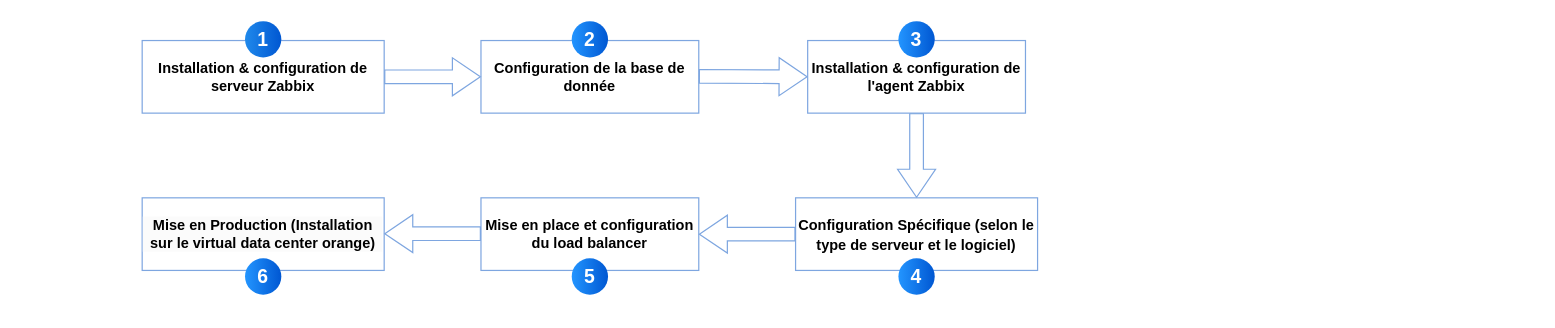
Before: InstallationZabbix.drawio in eya-harbaoui/Diagramms, a draw.io diagram. Source tidied: cells renumbered, new cells numbered last; positions are measured from the earlier drawing's top-left corner, leaving out a move shared by most shapes. Both pictures are drawn from the tidied source at 121%, with x=0, y=0 at pixel (142, 21).
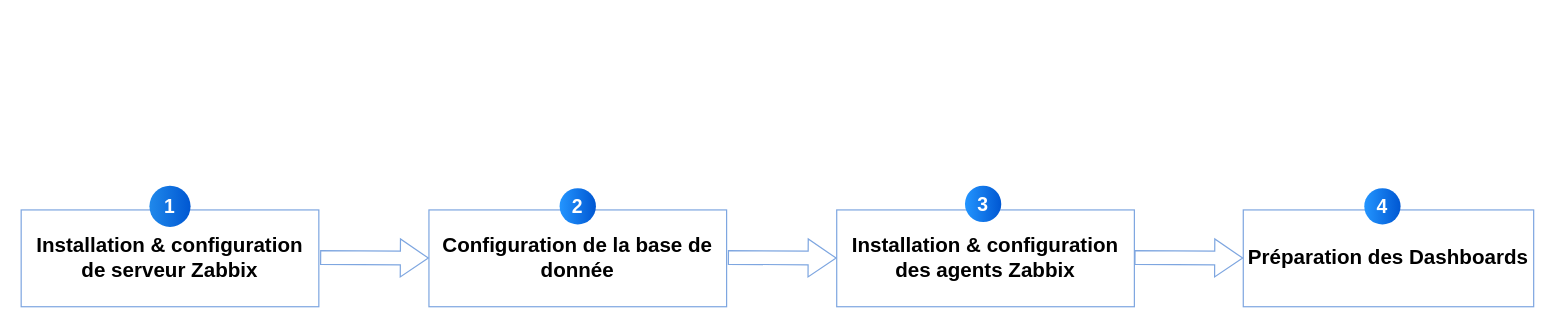
Above is the later version.

Commit message (it also covers changes not shown here):
Mettre à jour InstallationZabbix.drawio

What changed in the source:
```diff
@@
-    <mxCell id="2" value="&lt;p&gt;&lt;strong&gt;Installation &amp;amp; configuration de serveur Zabbix&lt;/strong&gt;&lt;/p&gt;" style="rounded=0;whiteSpace=wrap;html=1;strokeColor=#7EA6E0;" parent="1" vertex="1">
-      <mxGeometry y="16" width="200" height="60" as="geometry" />
+    <mxCell id="2" value="&lt;p&gt;&lt;strong&gt;&lt;font style=&quot;font-size: 17px;&quot;&gt;Installation &amp;amp; configuration de serveur Zabbix&lt;/font&gt;&lt;/strong&gt;&lt;/p&gt;" style="rounded=0;whiteSpace=wrap;html=1;strokeColor=#7EA6E0;" parent="1" vertex="1">
+      <mxGeometry x="-100" y="156" width="246" height="80" as="geometry" />
     </mxCell>
-    <mxCell id="3" value="&lt;p&gt;&lt;strong&gt;Configuration de la base de donnée&lt;/strong&gt;&lt;/p&gt;" style="rounded=0;whiteSpace=wrap;html=1;strokeColor=#7EA6E0;" parent="1" vertex="1">
-      <mxGeometry x="280" y="16" width="180" height="60" as="geometry" />
+    <mxCell id="3" value="&lt;p&gt;&lt;strong&gt;&lt;font style=&quot;font-size: 17px;&quot;&gt;Configuration de la base de donnée&lt;/font&gt;&lt;/strong&gt;&lt;/p&gt;" style="rounded=0;whiteSpace=wrap;html=1;strokeColor=#7EA6E0;" parent="1" vertex="1">
+      <mxGeometry x="237" y="156" width="246" height="80" as="geometry" />
     </mxCell>
-    <mxCell id="4" value="&lt;p&gt;&lt;strong&gt;Installation &amp;amp; configuration de l'agent Zabbix&lt;/strong&gt;&lt;br&gt;&lt;/p&gt;" style="rounded=0;whiteSpace=wrap;html=1;strokeColor=#7EA6E0;" parent="1" vertex="1">
-      <mxGeometry x="550" y="16" width="180" height="60" as="geometry" />
+    <mxCell id="4" value="&lt;p&gt;&lt;strong&gt;&lt;font style=&quot;font-size: 17px;&quot;&gt;Installation &amp;amp; configuration des agents Zabbix&lt;/font&gt;&lt;/strong&gt;&lt;br&gt;&lt;/p&gt;" style="rounded=0;whiteSpace=wrap;html=1;strokeColor=#7EA6E0;" parent="1" vertex="1">
+      <mxGeometry x="574" y="156" width="246" height="80" as="geometry" />
     </mxCell>
-    <mxCell id="5" value="&lt;p&gt;&lt;/p&gt;&lt;ul style=&quot;forced-color-adjust: none; color: rgb(0, 0, 0); font-family: Helvetica; font-size: 12px; font-style: normal; font-variant-ligatures: normal; font-variant-caps: normal; font-weight: 400; letter-spacing: normal; orphans: 2; text-align: left; text-indent: 0px; text-transform: none; widows: 2; word-spacing: 0px; -webkit-text-stroke-width: 0px; white-space: normal; background-color: rgb(251, 251, 251); text-decoration-thickness: initial; text-decoration-style: initial; text-decoration-color: initial;&quot;&gt;&lt;/ul&gt;&lt;p&gt;&lt;/p&gt;&lt;p style=&quot;forced-color-adjust: none; color: rgb(0, 0, 0); font-family: Helvetica; font-size: 12px; font-style: normal; font-variant-ligatures: normal; font-variant-caps: normal; font-weight: 400; letter-spacing: normal; orphans: 2; text-indent: 0px; text-transform: none; widows: 2; word-spacing: 0px; -webkit-text-stroke-width: 0px; white-space: normal; background-color: rgb(251, 251, 251); text-decoration-thickness: initial; text-decoration-style: initial; text-decoration-color: initial;&quot;&gt;&lt;/p&gt;&lt;p&gt;&lt;/p&gt;&lt;p&gt;&lt;/p&gt;&lt;h3&gt;&lt;strong&gt;&lt;font style=&quot;font-size: 12px;&quot;&gt;Configuration Spécifique (selon le type de serveur et le logiciel)&lt;/font&gt;&lt;/strong&gt;&lt;/h3&gt;" style="rounded=0;whiteSpace=wrap;html=1;strokeColor=#7EA6E0;" parent="1" vertex="1">
-      <mxGeometry x="540" y="146" width="200" height="60" as="geometry" />
+    <mxCell id="5" value="&lt;p&gt;&lt;/p&gt;&lt;ul style=&quot;forced-color-adjust: none; color: rgb(0, 0, 0); font-family: Helvetica; font-size: 12px; font-style: normal; font-variant-ligatures: normal; font-variant-caps: normal; font-weight: 400; letter-spacing: normal; orphans: 2; text-align: left; text-indent: 0px; text-transform: none; widows: 2; word-spacing: 0px; -webkit-text-stroke-width: 0px; white-space: normal; background-color: rgb(251, 251, 251); text-decoration-thickness: initial; text-decoration-style: initial; text-decoration-color: initial;&quot;&gt;&lt;/ul&gt;&lt;p&gt;&lt;/p&gt;&lt;p style=&quot;forced-color-adjust: none; color: rgb(0, 0, 0); font-family: Helvetica; font-size: 12px; font-style: normal; font-variant-ligatures: normal; font-variant-caps: normal; font-weight: 400; letter-spacing: normal; orphans: 2; text-indent: 0px; text-transform: none; widows: 2; word-spacing: 0px; -webkit-text-stroke-width: 0px; white-space: normal; background-color: rgb(251, 251, 251); text-decoration-thickness: initial; text-decoration-style: initial; text-decoration-color: initial;&quot;&gt;&lt;/p&gt;&lt;p&gt;&lt;/p&gt;&lt;p&gt;&lt;/p&gt;&lt;h3&gt;&lt;strong&gt;&lt;font style=&quot;font-size: 17px;&quot;&gt;Préparation des Dashboards&lt;/font&gt;&lt;/strong&gt;&lt;/h3&gt;" style="rounded=0;whiteSpace=wrap;html=1;strokeColor=#7EA6E0;" parent="1" vertex="1">
+      <mxGeometry x="910" y="156" width="240" height="80" as="geometry" />
     </mxCell>
-    <mxCell id="6" value="&lt;p&gt;&lt;/p&gt;&lt;ul style=&quot;forced-color-adjust: none; color: rgb(0, 0, 0); font-family: Helvetica; font-size: 12px; font-style: normal; font-variant-ligatures: normal; font-variant-caps: normal; font-weight: 400; letter-spacing: normal; orphans: 2; text-align: left; text-indent: 0px; text-transform: none; widows: 2; word-spacing: 0px; -webkit-text-stroke-width: 0px; white-space: normal; background-color: rgb(251, 251, 251); text-decoration-thickness: initial; text-decoration-style: initial; text-decoration-color: initial;&quot;&gt;&lt;/ul&gt;&lt;p&gt;&lt;/p&gt;&lt;p&gt;&lt;strong&gt;Mise en place et configuration du load balancer&lt;/strong&gt;&lt;/p&gt;" style="rounded=0;whiteSpace=wrap;html=1;strokeColor=#7EA6E0;" parent="1" vertex="1">
-      <mxGeometry x="280" y="146" width="180" height="60" as="geometry" />
-    </mxCell>
-    <mxCell id="7" value="&lt;p&gt;&lt;/p&gt;&lt;ul style=&quot;forced-color-adjust: none; color: rgb(0, 0, 0); font-family: Helvetica; font-size: 12px; font-style: normal; font-variant-ligatures: normal; font-variant-caps: normal; font-weight: 400; letter-spacing: normal; orphans: 2; text-align: left; text-indent: 0px; text-transform: none; widows: 2; word-spacing: 0px; -webkit-text-stroke-width: 0px; white-space: normal; background-color: rgb(251, 251, 251); text-decoration-thickness: initial; text-decoration-style: initial; text-decoration-color: initial;&quot;&gt;&lt;/ul&gt;&lt;p&gt;&lt;/p&gt;&lt;p&gt;&lt;/p&gt;&lt;ul style=&quot;forced-color-adjust: none; color: rgb(0, 0, 0); font-family: Helvetica; font-size: 12px; font-style: normal; font-variant-ligatures: normal; font-variant-caps: normal; font-weight: 400; letter-spacing: normal; orphans: 2; text-align: left; text-indent: 0px; text-transform: none; widows: 2; word-spacing: 0px; -webkit-text-stroke-width: 0px; white-space: normal; background-color: rgb(251, 251, 251); text-decoration-thickness: initial; text-decoration-style: initial; text-decoration-color: initial;&quot;&gt;&lt;/ul&gt;&lt;p&gt;&lt;/p&gt;&lt;p style=&quot;forced-color-adjust: none; color: rgb(0, 0, 0); font-family: Helvetica; font-size: 12px; font-style: normal; font-variant-ligatures: normal; font-variant-caps: normal; font-weight: 400; letter-spacing: normal; orphans: 2; text-indent: 0px; text-transform: none; widows: 2; word-spacing: 0px; -webkit-text-stroke-width: 0px; white-space: normal; background-color: rgb(251, 251, 251); text-decoration-thickness: initial; text-decoration-style: initial; text-decoration-color: initial;&quot;&gt;&lt;strong style=&quot;forced-color-adjust: none;&quot;&gt;Mise en Production&amp;nbsp;&lt;/strong&gt;&lt;strong&gt;(Installation sur le virtual data center orange)&lt;/strong&gt;&lt;/p&gt;" style="rounded=0;whiteSpace=wrap;html=1;strokeColor=#7EA6E0;" parent="1" vertex="1">
-      <mxGeometry y="146" width="200" height="60" as="geometry" />
-    </mxCell>
-    <mxCell id="8" style="shape=flexArrow;endArrow=classic;html=1;rounded=0;exitX=1;exitY=0.5;exitDx=0;exitDy=0;entryX=0;entryY=0.5;entryDx=0;entryDy=0;width=11.304347826086957;endSize=7.373913043478262;endWidth=19.054820415879018;strokeColor=#7EA6E0;" parent="1" edge="1" source="2" target="3">
-      <mxGeometry relative="1" as="geometry" />
-    </mxCell>
-    <mxCell id="9" style="shape=flexArrow;endArrow=classic;html=1;rounded=0;exitX=1;exitY=0.5;exitDx=0;exitDy=0;entryX=0;entryY=0.5;entryDx=0;entryDy=0;width=11.304347826086957;endSize=7.373913043478262;endWidth=19.054820415879018;strokeColor=#7EA6E0;" parent="1" edge="1" target="4">
-      <mxGeometry relative="1" as="geometry">
-        <mxPoint x="460" y="45.6" as="sourcePoint" />
-      </mxGeometry>
-    </mxCell>
-    <mxCell id="10" style="shape=flexArrow;endArrow=classic;html=1;rounded=0;exitX=0.5;exitY=1;exitDx=0;exitDy=0;entryX=0.5;entryY=0;entryDx=0;entryDy=0;width=11.304347826086957;endSize=7.373913043478262;endWidth=19.054820415879018;exitPerimeter=0;strokeColor=#7EA6E0;" parent="1" edge="1" source="4" target="5">
-      <mxGeometry relative="1" as="geometry" />
-    </mxCell>
-    <mxCell id="11" style="shape=flexArrow;endArrow=classic;html=1;rounded=0;exitX=0;exitY=0.5;exitDx=0;exitDy=0;entryX=1;entryY=0.5;entryDx=0;entryDy=0;width=11.304347826086957;endSize=7.373913043478262;endWidth=19.054820415879018;strokeColor=#7EA6E0;" parent="1" edge="1" source="5" target="6">
-      <mxGeometry relative="1" as="geometry" />
-    </mxCell>
-    <mxCell id="12" style="shape=flexArrow;endArrow=classic;html=1;rounded=0;exitX=0;exitY=0.5;exitDx=0;exitDy=0;entryX=1;entryY=0.5;entryDx=0;entryDy=0;width=11.304347826086957;endSize=7.373913043478262;endWidth=19.054820415879018;strokeColor=#7EA6E0;" parent="1" edge="1">
-      <mxGeometry relative="1" as="geometry">
-        <mxPoint x="280" y="175.6" as="sourcePoint" />
-        <mxPoint x="200" y="175.6" as="targetPoint" />
-      </mxGeometry>
-    </mxCell>
     <mxCell id="13" value="1" style="ellipse;whiteSpace=wrap;html=1;rotation=0;gradientColor=#0057D2;strokeColor=none;gradientDirection=east;fillColor=#2089EB;rounded=0;fontFamily=Helvetica;fontSize=16;fontColor=#FFFFFF;spacingTop=4;spacingBottom=4;spacingLeft=4;spacingRight=4;fontStyle=1;" parent="1" vertex="1">
-      <mxGeometry x="85" width="30" height="30" as="geometry" />
+      <mxGeometry x="6" y="136" width="34" height="34" as="geometry" />
     </mxCell>
     <mxCell id="14" value="2" style="ellipse;whiteSpace=wrap;html=1;rotation=0;gradientColor=#0057D2;strokeColor=none;gradientDirection=east;fillColor=#2395FF;rounded=0;fontFamily=Helvetica;fontSize=16;fontColor=#FFFFFF;spacingTop=4;spacingBottom=4;spacingLeft=4;spacingRight=4;fontStyle=1;" parent="1" vertex="1">
-      <mxGeometry x="355" width="30" height="30" as="geometry" />
+      <mxGeometry x="345" y="138" width="30" height="30" as="geometry" />
     </mxCell>
     <mxCell id="15" value="3" style="ellipse;whiteSpace=wrap;html=1;rotation=0;gradientColor=#0057D2;strokeColor=none;gradientDirection=east;fillColor=#2395FF;rounded=0;fontFamily=Helvetica;fontSize=16;fontColor=#FFFFFF;spacingTop=4;spacingBottom=4;spacingLeft=4;spacingRight=4;fontStyle=1;" parent="1" vertex="1">
-      <mxGeometry x="625" width="30" height="30" as="geometry" />
+      <mxGeometry x="680" y="136" width="30" height="30" as="geometry" />
     </mxCell>
     <mxCell id="16" value="4" style="ellipse;whiteSpace=wrap;html=1;rotation=0;gradientColor=#0057D2;strokeColor=none;gradientDirection=east;fillColor=#2395FF;rounded=0;fontFamily=Helvetica;fontSize=16;fontColor=#FFFFFF;spacingTop=4;spacingBottom=4;spacingLeft=4;spacingRight=4;fontStyle=1;" parent="1" vertex="1">
-      <mxGeometry x="625" y="196" width="30" height="30" as="geometry" />
+      <mxGeometry x="1010" y="138" width="30" height="30" as="geometry" />
     </mxCell>
-    <mxCell id="17" value="5" style="ellipse;whiteSpace=wrap;html=1;rotation=0;gradientColor=#0057D2;strokeColor=none;gradientDirection=east;fillColor=#2395FF;rounded=0;fontFamily=Helvetica;fontSize=16;fontColor=#FFFFFF;spacingTop=4;spacingBottom=4;spacingLeft=4;spacingRight=4;fontStyle=1;" parent="1" vertex="1">
-      <mxGeometry x="355" y="196" width="30" height="30" as="geometry" />
-    </mxCell>
-    <mxCell id="18" value="6" style="ellipse;whiteSpace=wrap;html=1;rotation=0;gradientColor=#0057D2;strokeColor=none;gradientDirection=east;fillColor=#2395FF;rounded=0;fontFamily=Helvetica;fontSize=16;fontColor=#FFFFFF;spacingTop=4;spacingBottom=4;spacingLeft=4;spacingRight=4;fontStyle=1;" parent="1" vertex="1">
-      <mxGeometry x="85" y="196" width="30" height="30" as="geometry" />
-    </mxCell>
+    <mxCell id="19" style="shape=flexArrow;endArrow=classic;html=1;rounded=0;exitX=1;exitY=0.5;exitDx=0;exitDy=0;entryX=0;entryY=0.5;entryDx=0;entryDy=0;width=11.304347826086957;endSize=7.373913043478262;endWidth=19.054820415879018;strokeColor=#7EA6E0;" parent="1" edge="1">
+      <mxGeometry relative="1" as="geometry">
+        <mxPoint x="820" y="195.3" as="sourcePoint" />
+        <mxPoint x="910" y="195.8" as="targetPoint" />
+      </mxGeometry>
+    </mxCell>
+    <mxCell id="20" style="shape=flexArrow;endArrow=classic;html=1;rounded=0;exitX=1;exitY=0.5;exitDx=0;exitDy=0;entryX=0;entryY=0.5;entryDx=0;entryDy=0;width=11.304347826086957;endSize=7.373913043478262;endWidth=19.054820415879018;strokeColor=#7EA6E0;" parent="1" edge="1">
+      <mxGeometry relative="1" as="geometry">
+        <mxPoint x="484" y="195.3" as="sourcePoint" />
+        <mxPoint x="574" y="195.8" as="targetPoint" />
+      </mxGeometry>
+    </mxCell>
+    <mxCell id="21" style="shape=flexArrow;endArrow=classic;html=1;rounded=0;exitX=1;exitY=0.5;exitDx=0;exitDy=0;entryX=0;entryY=0.5;entryDx=0;entryDy=0;width=11.304347826086957;endSize=7.373913043478262;endWidth=19.054820415879018;strokeColor=#7EA6E0;" parent="1" edge="1">
+      <mxGeometry relative="1" as="geometry">
+        <mxPoint x="147" y="195.3" as="sourcePoint" />
+        <mxPoint x="237" y="195.8" as="targetPoint" />
+      </mxGeometry>
+    </mxCell>
```
